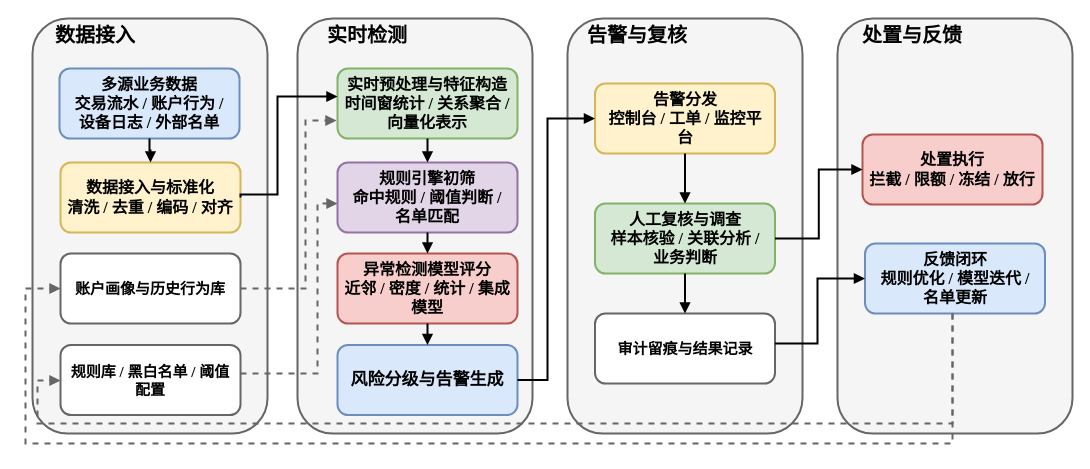
The draw.io diagram figures/fig1_3_financial_anomaly_standard_flow.drawio in HuangEven/latex-template, before the edit. Source tidied: cells renumbered, new cells numbered last; positions are measured from the earlier drawing's top-left corner, leaving out a move shared by most shapes. Both pictures are drawn from the tidied source at 100%, with x=0, y=0 at pixel (25, 18).
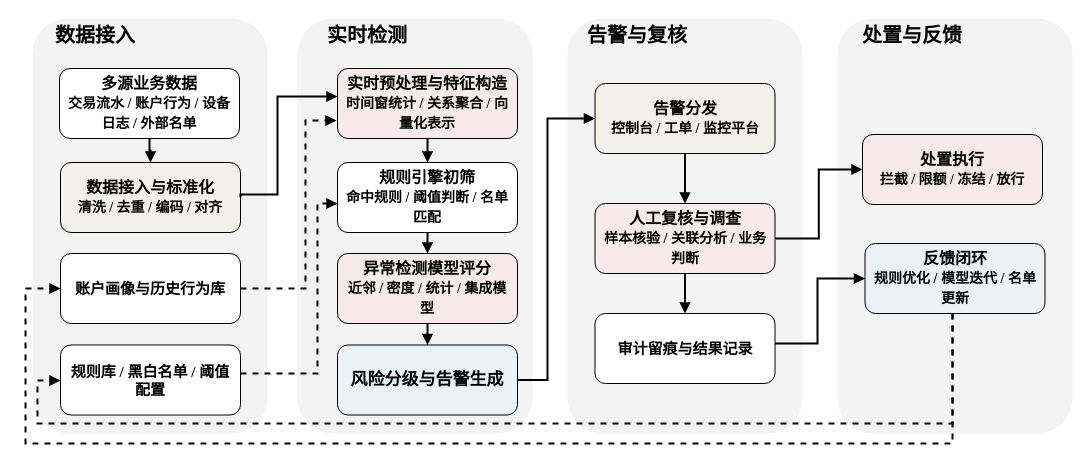
The same diagram, later.

Diff of the diagram source:
```diff
@@
-    <mxCell id="2" style="rounded=1;whiteSpace=wrap;html=1;fillColor=#f5f5f5;strokeColor=#666666;strokeWidth=2;fontSize=18;fontStyle=1;fontFamily=Times New Roman;" parent="1" vertex="1">
+    <mxCell id="2" style="rounded=1;whiteSpace=wrap;html=1;fillColor=#F3F3F3;strokeColor=none;strokeWidth=2;fontSize=18;fontStyle=1;fontFamily=Times New Roman;" parent="1" vertex="1">
       <mxGeometry x="7" width="235" height="415" as="geometry" />
     </mxCell>
-    <mxCell id="3" style="rounded=1;whiteSpace=wrap;html=1;fillColor=#f5f5f5;strokeColor=#666666;strokeWidth=2;fontSize=18;fontStyle=1;fontFamily=Times New Roman;" parent="1" vertex="1">
+    <mxCell id="3" style="rounded=1;whiteSpace=wrap;html=1;fillColor=#F3F3F3;strokeColor=none;strokeWidth=2;fontSize=18;fontStyle=1;fontFamily=Times New Roman;" parent="1" vertex="1">
       <mxGeometry x="272" width="235" height="415" as="geometry" />
     </mxCell>
-    <mxCell id="4" style="rounded=1;whiteSpace=wrap;html=1;fillColor=#f5f5f5;strokeColor=#666666;strokeWidth=2;fontSize=18;fontStyle=1;fontFamily=Times New Roman;" parent="1" vertex="1">
+    <mxCell id="4" style="rounded=1;whiteSpace=wrap;html=1;fillColor=#F3F3F3;strokeColor=none;strokeWidth=2;fontSize=18;fontStyle=1;fontFamily=Times New Roman;" parent="1" vertex="1">
       <mxGeometry x="542" width="235" height="415" as="geometry" />
     </mxCell>
-    <mxCell id="5" style="rounded=1;whiteSpace=wrap;html=1;fillColor=#f5f5f5;strokeColor=#666666;strokeWidth=2;fontSize=18;fontStyle=1;fontFamily=Times New Roman;" parent="1" vertex="1">
+    <mxCell id="5" style="rounded=1;whiteSpace=wrap;html=1;fillColor=#F3F3F3;strokeColor=none;strokeWidth=2;fontSize=18;fontStyle=1;fontFamily=Times New Roman;" parent="1" vertex="1">
       <mxGeometry x="812" width="235" height="415" as="geometry" />
     </mxCell>
-    <mxCell id="6" value="多源业务数据&#10;交易流水 / 账户行为 / 设备日志 / 外部名单" style="rounded=1;whiteSpace=wrap;html=1;fillColor=#dae8fc;strokeColor=#6c8ebf;strokeWidth=2;fontSize=16;spacingLeft=6;spacingRight=6;rotation=0;fontStyle=1;fontFamily=Times New Roman;" parent="1" vertex="1">
+    <mxCell id="6" value="多源业务数据&lt;br&gt;&lt;font style=&quot;font-size: 14px;&quot;&gt;交易流水 / 账户行为 / 设备日志 / 外部名单&lt;/font&gt;" style="rounded=1;whiteSpace=wrap;html=1;strokeWidth=1;fontSize=16;spacingLeft=6;spacingRight=6;rotation=0;fontStyle=1;fontFamily=Times New Roman;" parent="1" vertex="1">
       <mxGeometry x="34" y="50" width="180" height="70" as="geometry" />
     </mxCell>
-    <mxCell id="7" value="数据接入与标准化&#10;清洗 / 去重 / 编码 / 对齐" style="rounded=1;whiteSpace=wrap;html=1;fillColor=#fff2cc;strokeColor=#d6b656;strokeWidth=2;fontSize=16;spacingLeft=6;spacingRight=6;fontStyle=1;fontFamily=Times New Roman;" parent="1" vertex="1">
+    <mxCell id="7" value="数据接入与标准化&lt;br&gt;&lt;font style=&quot;font-size: 14px;&quot;&gt;清洗 / 去重 / 编码 / 对齐&lt;/font&gt;" style="rounded=1;whiteSpace=wrap;html=1;fillColor=#F4F1EA;strokeColor=default;strokeWidth=1;fontSize=16;spacingLeft=6;spacingRight=6;fontStyle=1;fontFamily=Times New Roman;" parent="1" vertex="1">
       <mxGeometry x="35" y="144" width="180" height="70" as="geometry" />
     </mxCell>
-    <mxCell id="8" value="账户画像与历史行为库" style="rounded=1;whiteSpace=wrap;html=1;fillColor=#ffffff;strokeColor=#666666;fontSize=15;spacingLeft=6;spacingRight=6;fontStyle=1;strokeWidth=2;fontFamily=Times New Roman;" parent="1" vertex="1">
+    <mxCell id="8" value="账户画像与历史行为库" style="rounded=1;whiteSpace=wrap;html=1;fontSize=15;spacingLeft=6;spacingRight=6;fontStyle=1;strokeWidth=1;fontFamily=Times New Roman;" parent="1" vertex="1">
       <mxGeometry x="35" y="235" width="180" height="70" as="geometry" />
     </mxCell>
-    <mxCell id="9" value="规则库 / 黑白名单 / 阈值配置" style="rounded=1;whiteSpace=wrap;html=1;fillColor=#ffffff;strokeColor=#666666;fontSize=15;spacingLeft=6;spacingRight=6;fontStyle=1;strokeWidth=2;fontFamily=Times New Roman;" parent="1" vertex="1">
+    <mxCell id="9" value="规则库 / 黑白名单 / 阈值配置" style="rounded=1;whiteSpace=wrap;html=1;fillColor=#FFFFFF;strokeColor=default;fontSize=15;spacingLeft=6;spacingRight=6;fontStyle=1;strokeWidth=1;fontFamily=Times New Roman;" parent="1" vertex="1">
       <mxGeometry x="35" y="326.5" width="180" height="70" as="geometry" />
     </mxCell>
-    <mxCell id="10" value="实时预处理与特征构造&#10;时间窗统计 / 关系聚合 / 向量化表示" style="rounded=1;whiteSpace=wrap;html=1;fillColor=#d5e8d4;strokeColor=#82b366;strokeWidth=2;fontSize=16;spacingLeft=6;spacingRight=6;rotation=0;fontStyle=1;fontFamily=Times New Roman;" parent="1" vertex="1">
+    <mxCell id="10" value="实时预处理与特征构造&lt;br&gt;&lt;font style=&quot;font-size: 14px;&quot;&gt;时间窗统计 / 关系聚合 / 向量化表示&lt;/font&gt;" style="rounded=1;whiteSpace=wrap;html=1;fillColor=#F6EAEA;strokeColor=default;strokeWidth=1;fontSize=16;spacingLeft=6;spacingRight=6;rotation=0;fontStyle=1;fontFamily=Times New Roman;" parent="1" vertex="1">
       <mxGeometry x="312" y="50" width="180" height="70" as="geometry" />
     </mxCell>
-    <mxCell id="11" value="规则引擎初筛&#10;命中规则 / 阈值判断 / 名单匹配" style="rounded=1;whiteSpace=wrap;html=1;fillColor=#e1d5e7;strokeColor=#9673a6;strokeWidth=2;fontSize=16;spacingLeft=6;spacingRight=6;fontStyle=1;fontFamily=Times New Roman;" parent="1" vertex="1">
+    <mxCell id="11" value="规则引擎初筛&lt;br&gt;&lt;font style=&quot;font-size: 14px;&quot;&gt;命中规则 / 阈值判断 / 名单匹配&lt;/font&gt;" style="rounded=1;whiteSpace=wrap;html=1;fillColor=#FFFFFF;strokeColor=default;strokeWidth=1;fontSize=16;spacingLeft=6;spacingRight=6;fontStyle=1;fontFamily=Times New Roman;" parent="1" vertex="1">
       <mxGeometry x="312" y="144" width="180" height="70" as="geometry" />
     </mxCell>
-    <mxCell id="12" value="异常检测模型评分&#10;近邻 / 密度 / 统计 / 集成模型" style="rounded=1;whiteSpace=wrap;html=1;fillColor=#f8cecc;strokeColor=#b85450;strokeWidth=2;fontSize=16;spacingLeft=6;spacingRight=6;fontStyle=1;fontFamily=Times New Roman;" parent="1" vertex="1">
+    <mxCell id="12" value="异常检测模型评分&lt;br&gt;&lt;font style=&quot;font-size: 14px;&quot;&gt;近邻 / 密度 / 统计 / 集成模型&lt;/font&gt;" style="rounded=1;whiteSpace=wrap;html=1;fillColor=#F6EAEA;strokeColor=default;strokeWidth=1;fontSize=16;spacingLeft=6;spacingRight=6;fontStyle=1;fontFamily=Times New Roman;" parent="1" vertex="1">
       <mxGeometry x="312" y="235" width="180" height="70" as="geometry" />
     </mxCell>
-    <mxCell id="13" value="风险分级与告警生成" style="rounded=1;whiteSpace=wrap;html=1;fillColor=#dae8fc;strokeColor=#6c8ebf;strokeWidth=2;fontSize=17;fontStyle=1;spacingLeft=6;spacingRight=6;fontFamily=Times New Roman;" parent="1" vertex="1">
+    <mxCell id="13" value="风险分级与告警生成" style="rounded=1;whiteSpace=wrap;html=1;fillColor=#EAF2F8;strokeColor=#000000;strokeWidth=1;fontSize=17;fontStyle=1;spacingLeft=6;spacingRight=6;fontFamily=Times New Roman;" parent="1" vertex="1">
       <mxGeometry x="312" y="326.5" width="180" height="70" as="geometry" />
     </mxCell>
-    <mxCell id="14" value="告警分发&#10;控制台 / 工单 / 监控平台" style="rounded=1;whiteSpace=wrap;html=1;fillColor=#fff2cc;strokeColor=#d6b656;strokeWidth=2;fontSize=16;spacingLeft=6;spacingRight=6;fontStyle=1;fontFamily=Times New Roman;" parent="1" vertex="1">
+    <mxCell id="14" value="告警分发&lt;br&gt;&lt;font style=&quot;font-size: 14px;&quot;&gt;控制台 / 工单 / 监控平台&lt;/font&gt;" style="rounded=1;whiteSpace=wrap;html=1;fillColor=#F4F1EA;strokeColor=#000000;strokeWidth=1;fontSize=16;spacingLeft=6;spacingRight=6;fontStyle=1;fontFamily=Times New Roman;" parent="1" vertex="1">
       <mxGeometry x="569.5" y="65" width="180" height="70" as="geometry" />
     </mxCell>
-    <mxCell id="15" value="人工复核与调查&#10;样本核验 / 关联分析 / 业务判断" style="rounded=1;whiteSpace=wrap;html=1;fillColor=#d5e8d4;strokeColor=#82b366;strokeWidth=2;fontSize=16;spacingLeft=6;spacingRight=6;fontStyle=1;fontFamily=Times New Roman;" parent="1" vertex="1">
+    <mxCell id="15" value="人工复核与调查&lt;br&gt;&lt;font style=&quot;font-size: 14px;&quot;&gt;样本核验 / 关联分析 / 业务判断&lt;/font&gt;" style="rounded=1;whiteSpace=wrap;html=1;fillColor=#F6EAEA;strokeColor=#000000;strokeWidth=1;fontSize=16;spacingLeft=6;spacingRight=6;fontStyle=1;fontFamily=Times New Roman;" parent="1" vertex="1">
       <mxGeometry x="569.5" y="185" width="180" height="70" as="geometry" />
     </mxCell>
-    <mxCell id="16" value="审计留痕与结果记录" style="rounded=1;whiteSpace=wrap;html=1;fillColor=#ffffff;strokeColor=#666666;fontSize=15;spacingLeft=6;spacingRight=6;fontStyle=1;strokeWidth=2;fontFamily=Times New Roman;" parent="1" vertex="1">
+    <mxCell id="16" value="审计留痕与结果记录" style="rounded=1;whiteSpace=wrap;html=1;fontSize=15;spacingLeft=6;spacingRight=6;fontStyle=1;strokeWidth=1;fontFamily=Times New Roman;strokeColor=#000000;" parent="1" vertex="1">
       <mxGeometry x="569.5" y="295" width="180" height="70" as="geometry" />
     </mxCell>
-    <mxCell id="17" value="处置执行&#10;拦截 / 限额 / 冻结 / 放行" style="rounded=1;whiteSpace=wrap;html=1;fillColor=#f8cecc;strokeColor=#b85450;strokeWidth=2;fontSize=16;spacingLeft=6;spacingRight=6;fontStyle=1;fontFamily=Times New Roman;" parent="1" vertex="1">
+    <mxCell id="17" value="处置执行&lt;br&gt;&lt;font style=&quot;font-size: 14px;&quot;&gt;拦截 / 限额 / 冻结 / 放行&lt;/font&gt;" style="rounded=1;whiteSpace=wrap;html=1;fillColor=#F6EAEA;strokeColor=#000000;strokeWidth=1;fontSize=16;spacingLeft=6;spacingRight=6;fontStyle=1;fontFamily=Times New Roman;" parent="1" vertex="1">
       <mxGeometry x="837" y="116" width="180" height="70" as="geometry" />
     </mxCell>
-    <mxCell id="18" value="反馈闭环&#10;规则优化 / 模型迭代 / 名单更新" style="rounded=1;whiteSpace=wrap;html=1;fillColor=#dae8fc;strokeColor=#6c8ebf;strokeWidth=2;fontSize=16;spacingLeft=6;spacingRight=6;fontStyle=1;fontFamily=Times New Roman;" parent="1" vertex="1">
+    <mxCell id="18" value="反馈闭环&lt;br&gt;&lt;font style=&quot;font-size: 14px;&quot;&gt;规则优化 / 模型迭代 / 名单更新&lt;/font&gt;" style="rounded=1;whiteSpace=wrap;html=1;fillColor=#EAF2F8;strokeColor=#000000;strokeWidth=1;fontSize=16;spacingLeft=6;spacingRight=6;fontStyle=1;fontFamily=Times New Roman;" parent="1" vertex="1">
       <mxGeometry x="839.5" y="225" width="180" height="70" as="geometry" />
     </mxCell>
-    <mxCell id="19" style="edgeStyle=orthogonalEdgeStyle;rounded=0;html=1;strokeWidth=2;endArrow=block;endFill=1;fontFamily=Times New Roman;" parent="1" edge="1" source="6" target="7">
+    <mxCell id="19" style="edgeStyle=orthogonalEdgeStyle;rounded=0;html=1;strokeWidth=2;endArrow=block;endFill=1;fontFamily=Times New Roman;strokeColor=#000000;" parent="1" edge="1" source="6" target="7">
       <mxGeometry relative="1" as="geometry" />
     </mxCell>
-    <mxCell id="20" style="edgeStyle=orthogonalEdgeStyle;rounded=0;html=1;strokeWidth=2;endArrow=block;endFill=1;exitX=1;exitY=0.5;exitDx=0;exitDy=0;fontFamily=Times New Roman;" parent="1" edge="1" source="7" target="10">
+    <mxCell id="20" style="edgeStyle=orthogonalEdgeStyle;rounded=0;html=1;strokeWidth=2;endArrow=block;endFill=1;exitX=1;exitY=0.5;exitDx=0;exitDy=0;fontFamily=Times New Roman;strokeColor=#000000;" parent="1" edge="1" source="7" target="10">
       <mxGeometry relative="1" as="geometry">
         <Array as="points">
           <mxPoint x="215" y="176" />
           <mxPoint x="252" y="176" />
           <mxPoint x="252" y="78" />
         </Array>
       </mxGeometry>
     </mxCell>
-    <mxCell id="21" style="edgeStyle=orthogonalEdgeStyle;rounded=0;html=1;strokeWidth=2;endArrow=block;endFill=1;fontFamily=Times New Roman;" parent="1" edge="1" source="10" target="11">
+    <mxCell id="21" style="edgeStyle=orthogonalEdgeStyle;rounded=0;html=1;strokeWidth=2;endArrow=block;endFill=1;fontFamily=Times New Roman;strokeColor=#000000;" parent="1" edge="1" source="10" target="11">
       <mxGeometry relative="1" as="geometry" />
     </mxCell>
-    <mxCell id="22" style="edgeStyle=orthogonalEdgeStyle;rounded=0;html=1;strokeWidth=2;endArrow=block;endFill=1;fontFamily=Times New Roman;" parent="1" edge="1" source="11" target="12">
+    <mxCell id="22" style="edgeStyle=orthogonalEdgeStyle;rounded=0;html=1;strokeWidth=2;endArrow=block;endFill=1;fontFamily=Times New Roman;strokeColor=#000000;" parent="1" edge="1" source="11" target="12">
       <mxGeometry relative="1" as="geometry" />
     </mxCell>
-    <mxCell id="23" style="edgeStyle=orthogonalEdgeStyle;rounded=0;html=1;strokeWidth=2;endArrow=block;endFill=1;fontFamily=Times New Roman;" parent="1" edge="1" source="12" target="13">
+    <mxCell id="23" style="edgeStyle=orthogonalEdgeStyle;rounded=0;html=1;strokeWidth=2;endArrow=block;endFill=1;fontFamily=Times New Roman;strokeColor=#000000;" parent="1" edge="1" source="12" target="13">
       <mxGeometry relative="1" as="geometry" />
     </mxCell>
-    <mxCell id="24" style="edgeStyle=orthogonalEdgeStyle;rounded=0;html=1;strokeWidth=2;endArrow=block;endFill=1;entryX=0;entryY=0.5;entryDx=0;entryDy=0;fontFamily=Times New Roman;" parent="1" edge="1" source="13" target="14">
+    <mxCell id="24" style="edgeStyle=orthogonalEdgeStyle;rounded=0;html=1;strokeWidth=2;endArrow=block;endFill=1;entryX=0;entryY=0.5;entryDx=0;entryDy=0;fontFamily=Times New Roman;strokeColor=#000000;" parent="1" edge="1" source="13" target="14">
       <mxGeometry relative="1" as="geometry">
         <Array as="points">
           <mxPoint x="522" y="362" />
           <mxPoint x="522" y="100" />
         </Array>
       </mxGeometry>
     </mxCell>
-    <mxCell id="25" style="edgeStyle=orthogonalEdgeStyle;rounded=0;html=1;strokeWidth=2;endArrow=block;endFill=1;fontFamily=Times New Roman;" parent="1" edge="1" source="14" target="15">
+    <mxCell id="25" style="edgeStyle=orthogonalEdgeStyle;rounded=0;html=1;strokeWidth=2;endArrow=block;endFill=1;fontFamily=Times New Roman;strokeColor=#000000;" parent="1" edge="1" source="14" target="15">
       <mxGeometry relative="1" as="geometry" />
     </mxCell>
-    <mxCell id="26" style="edgeStyle=orthogonalEdgeStyle;rounded=0;html=1;strokeWidth=2;endArrow=block;endFill=1;fontFamily=Times New Roman;" parent="1" edge="1" source="15" target="17">
+    <mxCell id="26" style="edgeStyle=orthogonalEdgeStyle;rounded=0;html=1;strokeWidth=2;endArrow=block;endFill=1;fontFamily=Times New Roman;strokeColor=#000000;" parent="1" edge="1" source="15" target="17">
       <mxGeometry relative="1" as="geometry" />
     </mxCell>
-    <mxCell id="27" style="edgeStyle=orthogonalEdgeStyle;rounded=0;html=1;strokeWidth=2;endArrow=block;endFill=1;fontFamily=Times New Roman;" parent="1" edge="1" source="15" target="16">
+    <mxCell id="27" style="edgeStyle=orthogonalEdgeStyle;rounded=0;html=1;strokeWidth=2;endArrow=block;endFill=1;fontFamily=Times New Roman;strokeColor=#000000;" parent="1" edge="1" source="15" target="16">
       <mxGeometry relative="1" as="geometry" />
     </mxCell>
-    <mxCell id="28" style="edgeStyle=orthogonalEdgeStyle;rounded=0;html=1;strokeWidth=2;endArrow=block;endFill=1;entryX=0;entryY=0.5;entryDx=0;entryDy=0;fontFamily=Times New Roman;" parent="1" edge="1" source="16" target="18">
+    <mxCell id="28" style="edgeStyle=orthogonalEdgeStyle;rounded=0;html=1;strokeWidth=2;endArrow=block;endFill=1;entryX=0;entryY=0.5;entryDx=0;entryDy=0;fontFamily=Times New Roman;strokeColor=#000000;" parent="1" edge="1" source="16" target="18">
       <mxGeometry relative="1" as="geometry">
         <Array as="points">
           <mxPoint x="792" y="325" />
           <mxPoint x="792" y="260" />
         </Array>
       </mxGeometry>
     </mxCell>
-    <mxCell id="29" style="edgeStyle=orthogonalEdgeStyle;rounded=0;html=1;strokeWidth=2;dashed=1;endArrow=block;endFill=1;strokeColor=#666666;fontFamily=Times New Roman;" parent="1" edge="1" source="18" target="8">
+    <mxCell id="29" style="edgeStyle=orthogonalEdgeStyle;rounded=0;html=1;strokeWidth=2;dashed=1;endArrow=block;endFill=1;strokeColor=#000000;fontFamily=Times New Roman;" parent="1" edge="1" source="18" target="8">
       <mxGeometry relative="1" as="geometry">
         <Array as="points">
           <mxPoint x="927" y="425" />
           <mxPoint y="425" />
           <mxPoint y="270" />
         </Array>
       </mxGeometry>
     </mxCell>
-    <mxCell id="30" style="edgeStyle=orthogonalEdgeStyle;rounded=0;html=1;strokeWidth=2;dashed=1;endArrow=block;endFill=1;strokeColor=#666666;fontFamily=Times New Roman;" parent="1" edge="1" target="9">
+    <mxCell id="30" style="edgeStyle=orthogonalEdgeStyle;rounded=0;html=1;strokeWidth=2;dashed=1;endArrow=block;endFill=1;strokeColor=#000000;fontFamily=Times New Roman;" parent="1" edge="1" target="9">
       <mxGeometry relative="1" as="geometry">
         <mxPoint x="927" y="295" as="sourcePoint" />
         <Array as="points">
           <mxPoint x="927" y="405" />
           <mxPoint x="12" y="405" />
           <mxPoint x="12" y="362" />
         </Array>
       </mxGeometry>
     </mxCell>
-    <mxCell id="31" style="edgeStyle=orthogonalEdgeStyle;rounded=0;html=1;strokeWidth=2;dashed=1;endArrow=block;endFill=1;strokeColor=#666666;fontFamily=Times New Roman;" parent="1" edge="1" source="8">
+    <mxCell id="31" style="edgeStyle=orthogonalEdgeStyle;rounded=0;html=1;strokeWidth=2;dashed=1;endArrow=block;endFill=1;strokeColor=#000000;fontFamily=Times New Roman;" parent="1" edge="1" source="8">
       <mxGeometry relative="1" as="geometry">
         <mxPoint x="311" y="102" as="targetPoint" />
         <Array as="points">
           <mxPoint x="280" y="270" />
           <mxPoint x="280" y="102" />
           <mxPoint x="311" y="102" />
         </Array>
       </mxGeometry>
     </mxCell>
-    <mxCell id="32" style="edgeStyle=orthogonalEdgeStyle;rounded=0;html=1;strokeWidth=2;dashed=1;endArrow=block;endFill=1;strokeColor=#666666;fontFamily=Times New Roman;" parent="1" edge="1" source="9" target="11">
+    <mxCell id="32" style="edgeStyle=orthogonalEdgeStyle;rounded=0;html=1;strokeWidth=2;dashed=1;endArrow=block;endFill=1;strokeColor=#000000;fontFamily=Times New Roman;" parent="1" edge="1" source="9" target="11">
       <mxGeometry relative="1" as="geometry">
         <Array as="points">
           <mxPoint x="292" y="355" />
           <mxPoint x="292" y="185" />
         </Array>
       </mxGeometry>
     </mxCell>
-    <mxCell id="33" value="&lt;span style=&quot;font-weight: 700;&quot;&gt;数据接入&lt;/span&gt;" style="text;html=1;align=center;verticalAlign=middle;whiteSpace=wrap;rounded=0;fontSize=20;fontFamily=Times New Roman;" parent="1" vertex="1">
+    <mxCell id="33" value="&lt;span style=&quot;font-weight: 700;&quot;&gt;数据接入&lt;/span&gt;" style="text;html=1;align=center;verticalAlign=middle;whiteSpace=wrap;rounded=0;fontSize=20;fontFamily=Times New Roman;strokeColor=none;" parent="1" vertex="1">
       <mxGeometry x="22" width="96" height="32" as="geometry" />
     </mxCell>
-    <mxCell id="34" value="&lt;span style=&quot;font-weight: 700;&quot;&gt;实时检测&lt;/span&gt;" style="text;html=1;align=center;verticalAlign=middle;whiteSpace=wrap;rounded=0;fontSize=20;fontFamily=Times New Roman;" parent="1" vertex="1">
+    <mxCell id="34" value="&lt;span style=&quot;font-weight: 700;&quot;&gt;实时检测&lt;/span&gt;" style="text;html=1;align=center;verticalAlign=middle;whiteSpace=wrap;rounded=0;fontSize=20;fontFamily=Times New Roman;strokeColor=none;" parent="1" vertex="1">
       <mxGeometry x="292" width="100" height="32" as="geometry" />
     </mxCell>
-    <mxCell id="35" value="&lt;span style=&quot;font-weight: 700;&quot;&gt;处置与反馈&lt;/span&gt;" style="text;html=1;align=center;verticalAlign=middle;whiteSpace=wrap;rounded=0;fontSize=20;fontFamily=Times New Roman;" parent="1" vertex="1">
+    <mxCell id="35" value="&lt;span style=&quot;font-weight: 700;&quot;&gt;处置与反馈&lt;/span&gt;" style="text;html=1;align=center;verticalAlign=middle;whiteSpace=wrap;rounded=0;fontSize=20;fontFamily=Times New Roman;strokeColor=none;" parent="1" vertex="1">
       <mxGeometry x="832" width="110" height="32" as="geometry" />
     </mxCell>
-    <mxCell id="36" value="&lt;span style=&quot;font-weight: 700;&quot;&gt;告警与复核&lt;/span&gt;" style="text;html=1;align=center;verticalAlign=middle;whiteSpace=wrap;rounded=0;fontSize=20;fontFamily=Times New Roman;" parent="1" vertex="1">
+    <mxCell id="36" value="&lt;span style=&quot;font-weight: 700;&quot;&gt;告警与复核&lt;/span&gt;" style="text;html=1;align=center;verticalAlign=middle;whiteSpace=wrap;rounded=0;fontSize=20;fontFamily=Times New Roman;strokeColor=none;" parent="1" vertex="1">
       <mxGeometry x="552" width="120" height="32" as="geometry" />
     </mxCell>
```
